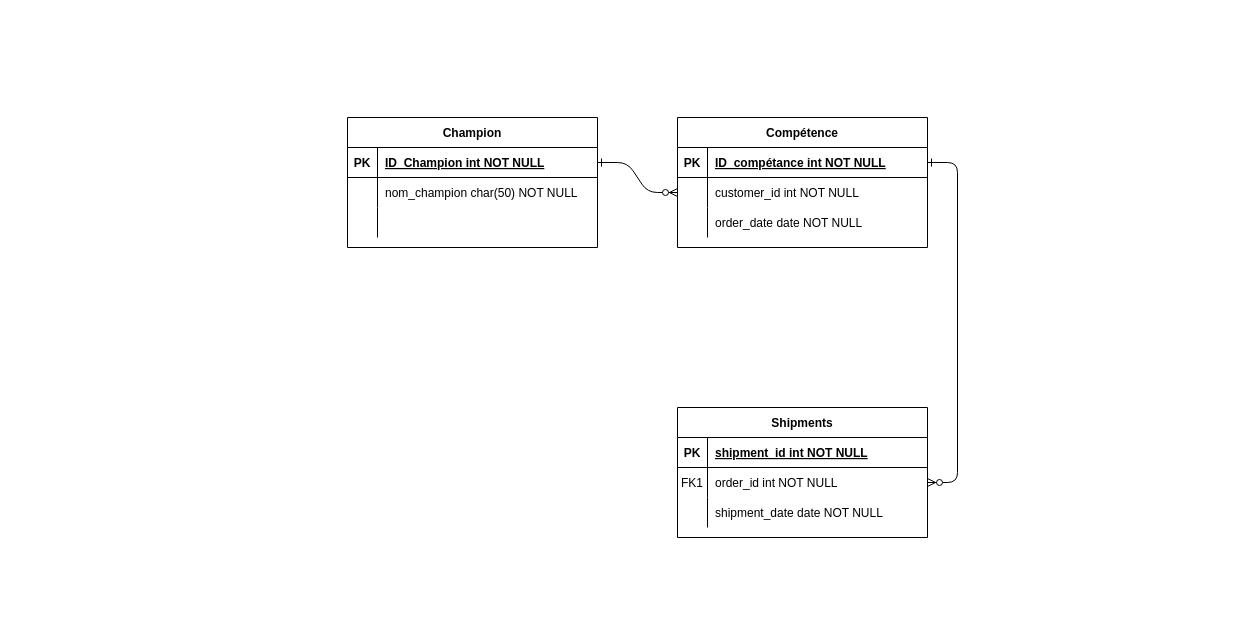
The draw.io diagram MCD_LOLdle_Projet.drawio in CamilleSimon/BTS2-CIEL-IR-MCD-2024-2025, before the edit. Source tidied: cells renumbered, new cells numbered last; positions are measured from the earlier drawing's top-left corner, leaving out a move shared by most shapes. Both pictures are drawn from the tidied source at 100%, with x=0, y=0 at pixel (347, 117).
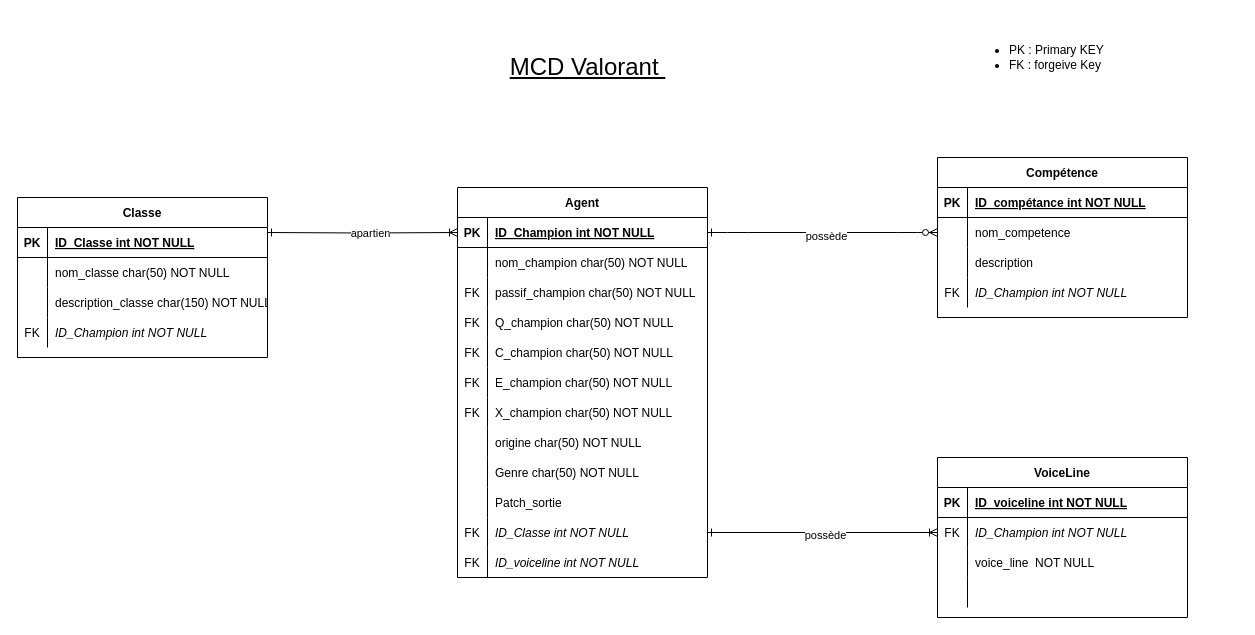
Above is the later version.

Commit message:
Mettre à jour MCD_LOLdle_Projet.drawio

Unchanged cells that the change refers to:
```xml
<mxCell id="2" style="edgeStyle=entityRelationEdgeStyle;endArrow=ERzeroToMany;startArrow=ERone;endFill=1;startFill=0;" parent="1" edge="1" source="25" target="8">
  <mxGeometry relative="1" as="geometry" />
</mxCell>
<mxCell id="5" style="shape=partialRectangle;fillColor=none;points=[[0,0.5],[1,0.5]];portConstraint=eastwest;top=0;left=0;right=0;bottom=1;" parent="4" vertex="1">
  <mxGeometry y="30" width="250" height="30" as="geometry" />
</mxCell>
<mxCell id="8" style="shape=partialRectangle;fillColor=none;points=[[0,0.5],[1,0.5]];portConstraint=eastwest;top=0;left=0;right=0;bottom=0;" parent="4" vertex="1">
  <mxGeometry y="60" width="250" height="30" as="geometry" />
</mxCell>
<mxCell id="11" style="shape=partialRectangle;fillColor=none;top=0;left=0;right=0;bottom=0;" parent="4" vertex="1">
  <mxGeometry y="90" width="250" height="30" as="geometry" />
</mxCell>
<mxCell id="15" style="shape=partialRectangle;fillColor=none;top=0;left=0;right=0;bottom=1;" parent="14" vertex="1">
  <mxGeometry y="30" width="250" height="30" as="geometry" />
</mxCell>
<mxCell id="18" style="shape=partialRectangle;fillColor=none;points=[[0,0.5],[1,0.5]];portConstraint=eastwest;top=0;left=0;right=0;bottom=0;" parent="14" vertex="1">
  <mxGeometry y="60" width="250" height="30" as="geometry" />
</mxCell>
<mxCell id="21" style="shape=partialRectangle;fillColor=none;top=0;left=0;right=0;bottom=0;" parent="14" vertex="1">
  <mxGeometry y="90" width="250" height="30" as="geometry" />
</mxCell>
<mxCell id="25" style="shape=partialRectangle;fillColor=none;points=[[0,0.5],[1,0.5]];portConstraint=eastwest;top=0;left=0;right=0;bottom=1;" parent="24" vertex="1">
  <mxGeometry y="30" width="250" height="30" as="geometry" />
</mxCell>
<mxCell id="31" style="shape=partialRectangle;fillColor=none;top=0;left=0;right=0;bottom=0;" parent="24" vertex="1">
  <mxGeometry y="90" width="250" height="30" as="geometry" />
</mxCell>
```

Diff of the diagram source:
```diff
@@
-    <mxCell id="3" style="edgeStyle=entityRelationEdgeStyle;endArrow=ERzeroToMany;startArrow=ERone;endFill=1;startFill=0;" parent="1" edge="1" source="5" target="18">
-      <mxGeometry relative="1" as="geometry" />
-    </mxCell>
+    <mxCell id="34" value="possède" style="edgeLabel;html=1;align=center;verticalAlign=middle;" parent="2" vertex="1">
+      <mxGeometry x="0.03" y="-3" relative="1" as="geometry" />
+    </mxCell>
     <mxCell id="4" value="Compétence" style="shape=table;startSize=30;childLayout=tableLayout;rowLines=0;fontStyle=1;align=center;" parent="1" vertex="1">
-      <mxGeometry x="330" width="250" height="130" as="geometry" />
+      <mxGeometry x="590" y="40" width="250" height="160" as="geometry" />
     </mxCell>
@@
-    <mxCell id="10" value="customer_id int NOT NULL" style="shape=partialRectangle;overflow=hidden;fillColor=none;top=0;left=0;bottom=0;right=0;align=left;spacingLeft=6;" parent="8" vertex="1">
+    <mxCell id="10" value="nom_competence" style="shape=partialRectangle;overflow=hidden;fillColor=none;top=0;left=0;bottom=0;right=0;align=left;spacingLeft=6;" parent="8" vertex="1">
       <mxGeometry x="30" width="220" height="30" as="geometry" />
     </mxCell>
@@
-    <mxCell id="13" value="order_date date NOT NULL" style="shape=partialRectangle;overflow=hidden;fillColor=none;top=0;left=0;bottom=0;right=0;align=left;spacingLeft=6;" parent="11" vertex="1">
+    <mxCell id="13" value="description" style="shape=partialRectangle;overflow=hidden;fillColor=none;top=0;left=0;bottom=0;right=0;align=left;spacingLeft=6;" parent="11" vertex="1">
       <mxGeometry x="30" width="220" height="30" as="geometry" />
     </mxCell>
+    <mxCell id="35" style="shape=partialRectangle;fillColor=none;top=0;left=0;right=0;bottom=0;" parent="4" vertex="1">
+      <mxGeometry y="120" width="250" height="30" as="geometry" />
+    </mxCell>
+    <mxCell id="36" value="FK" style="shape=partialRectangle;overflow=hidden;fillColor=none;top=0;left=0;bottom=0;right=0;" parent="35" vertex="1">
+      <mxGeometry width="30" height="30" as="geometry" />
+    </mxCell>
+    <mxCell id="37" value="ID_Champion int NOT NULL" style="shape=partialRectangle;overflow=hidden;fillColor=none;top=0;left=0;bottom=0;right=0;align=left;spacingLeft=6;fontStyle=2;" parent="35" vertex="1">
+      <mxGeometry x="30" width="220" height="30" as="geometry" />
+    </mxCell>
-    <mxCell id="14" value="Shipments" style="shape=table;startSize=30;childLayout=tableLayout;rowLines=0;fontStyle=1;align=center;" parent="1" vertex="1">
-      <mxGeometry x="330" y="290" width="250" height="130" as="geometry" />
+    <mxCell id="14" value="VoiceLine" style="shape=table;startSize=30;childLayout=tableLayout;rowLines=0;fontStyle=1;align=center;" parent="1" vertex="1">
+      <mxGeometry x="590" y="340" width="250" height="160" as="geometry" />
     </mxCell>
@@
-    <mxCell id="17" value="shipment_id int NOT NULL " style="shape=partialRectangle;overflow=hidden;fillColor=none;top=0;left=0;bottom=0;right=0;align=left;spacingLeft=6;fontStyle=5;" parent="15" vertex="1">
+    <mxCell id="17" value="ID_voiceline int NOT NULL " style="shape=partialRectangle;overflow=hidden;fillColor=none;top=0;left=0;bottom=0;right=0;align=left;spacingLeft=6;fontStyle=5;" parent="15" vertex="1">
       <mxGeometry x="30" width="220" height="30" as="geometry" />
     </mxCell>
@@
-    <mxCell id="19" value="FK1" style="shape=partialRectangle;overflow=hidden;fillColor=none;top=0;left=0;bottom=0;right=0;" parent="18" vertex="1">
+    <mxCell id="19" value="FK" style="shape=partialRectangle;overflow=hidden;fillColor=none;top=0;left=0;bottom=0;right=0;" parent="18" vertex="1">
       <mxGeometry width="30" height="30" as="geometry" />
     </mxCell>
-    <mxCell id="20" value="order_id int NOT NULL" style="shape=partialRectangle;overflow=hidden;fillColor=none;top=0;left=0;bottom=0;right=0;align=left;spacingLeft=6;" parent="18" vertex="1">
+    <mxCell id="20" value="ID_Champion int NOT NULL" style="shape=partialRectangle;overflow=hidden;fillColor=none;top=0;left=0;bottom=0;right=0;align=left;spacingLeft=6;fontStyle=2;" parent="18" vertex="1">
       <mxGeometry x="30" width="220" height="30" as="geometry" />
     </mxCell>
@@
-    <mxCell id="23" value="shipment_date date NOT NULL" style="shape=partialRectangle;overflow=hidden;fillColor=none;top=0;left=0;bottom=0;right=0;align=left;spacingLeft=6;" parent="21" vertex="1">
+    <mxCell id="23" value="voice_line  NOT NULL" style="shape=partialRectangle;overflow=hidden;fillColor=none;top=0;left=0;bottom=0;right=0;align=left;spacingLeft=6;" parent="21" vertex="1">
       <mxGeometry x="30" width="220" height="30" as="geometry" />
     </mxCell>
+    <mxCell id="38" style="shape=partialRectangle;fillColor=none;top=0;left=0;right=0;bottom=0;" parent="14" vertex="1">
+      <mxGeometry y="120" width="250" height="30" as="geometry" />
+    </mxCell>
+    <mxCell id="39" style="shape=partialRectangle;overflow=hidden;fillColor=none;top=0;left=0;bottom=0;right=0;" parent="38" vertex="1">
+      <mxGeometry width="30" height="30" as="geometry" />
+    </mxCell>
+    <mxCell id="40" style="shape=partialRectangle;overflow=hidden;fillColor=none;top=0;left=0;bottom=0;right=0;align=left;spacingLeft=6;" parent="38" vertex="1">
+      <mxGeometry x="30" width="220" height="30" as="geometry" />
+    </mxCell>
-    <mxCell id="24" value="Champion" style="shape=table;startSize=30;childLayout=tableLayout;rowLines=0;fontStyle=1;align=center;" parent="1" vertex="1">
-      <mxGeometry width="250" height="130" as="geometry" />
+    <mxCell id="24" value="Agent" style="shape=table;startSize=30;childLayout=tableLayout;rowLines=0;fontStyle=1;align=center;" parent="1" vertex="1">
+      <mxGeometry x="110" y="70" width="250" height="390" as="geometry" />
     </mxCell>
@@
-    <mxCell id="32" style="shape=partialRectangle;overflow=hidden;fillColor=none;top=0;left=0;bottom=0;right=0;" parent="31" vertex="1">
+    <mxCell id="32" value="FK" style="shape=partialRectangle;overflow=hidden;fillColor=none;top=0;left=0;bottom=0;right=0;" parent="31" vertex="1">
       <mxGeometry width="30" height="30" as="geometry" />
     </mxCell>
-    <mxCell id="33" style="shape=partialRectangle;overflow=hidden;fillColor=none;top=0;left=0;bottom=0;right=0;align=left;spacingLeft=6;" parent="31" vertex="1">
+    <mxCell id="33" value="passif_champion char(50) NOT NULL" style="shape=partialRectangle;overflow=hidden;fillColor=none;top=0;left=0;bottom=0;right=0;align=left;spacingLeft=6;" parent="31" vertex="1">
       <mxGeometry x="30" width="220" height="30" as="geometry" />
     </mxCell>
+    <mxCell id="41" style="shape=partialRectangle;fillColor=none;top=0;left=0;right=0;bottom=0;" parent="24" vertex="1">
+      <mxGeometry y="120" width="250" height="30" as="geometry" />
+    </mxCell>
+    <mxCell id="42" value="FK" style="shape=partialRectangle;overflow=hidden;fillColor=none;top=0;left=0;bottom=0;right=0;" parent="41" vertex="1">
+      <mxGeometry width="30" height="30" as="geometry" />
+    </mxCell>
+    <mxCell id="43" value="Q_champion char(50) NOT NULL" style="shape=partialRectangle;overflow=hidden;fillColor=none;top=0;left=0;bottom=0;right=0;align=left;spacingLeft=6;" parent="41" vertex="1">
+      <mxGeometry x="30" width="220" height="30" as="geometry" />
+    </mxCell>
+    <mxCell id="44" style="shape=partialRectangle;fillColor=none;top=0;left=0;right=0;bottom=0;" parent="24" vertex="1">
+      <mxGeometry y="150" width="250" height="30" as="geometry" />
+    </mxCell>
+    <mxCell id="45" value="FK" style="shape=partialRectangle;overflow=hidden;fillColor=none;top=0;left=0;bottom=0;right=0;" parent="44" vertex="1">
+      <mxGeometry width="30" height="30" as="geometry" />
+    </mxCell>
+    <mxCell id="46" value="C_champion char(50) NOT NULL" style="shape=partialRectangle;overflow=hidden;fillColor=none;top=0;left=0;bottom=0;right=0;align=left;spacingLeft=6;" parent="44" vertex="1">
+      <mxGeometry x="30" width="220" height="30" as="geometry" />
+    </mxCell>
+    <mxCell id="47" style="shape=partialRectangle;fillColor=none;top=0;left=0;right=0;bottom=0;" parent="24" vertex="1">
+      <mxGeometry y="180" width="250" height="30" as="geometry" />
+    </mxCell>
+    <mxCell id="48" value="FK" style="shape=partialRectangle;overflow=hidden;fillColor=none;top=0;left=0;bottom=0;right=0;" parent="47" vertex="1">
+      <mxGeometry width="30" height="30" as="geometry" />
+    </mxCell>
+    <mxCell id="49" value="E_champion char(50) NOT NULL" style="shape=partialRectangle;overflow=hidden;fillColor=none;top=0;left=0;bottom=0;right=0;align=left;spacingLeft=6;" parent="47" vertex="1">
+      <mxGeometry x="30" width="220" height="30" as="geometry" />
+    </mxCell>
+    <mxCell id="50" style="shape=partialRectangle;fillColor=none;top=0;left=0;right=0;bottom=0;" parent="24" vertex="1">
+      <mxGeometry y="210" width="250" height="30" as="geometry" />
+    </mxCell>
+    <mxCell id="51" value="FK" style="shape=partialRectangle;overflow=hidden;fillColor=none;top=0;left=0;bottom=0;right=0;" parent="50" vertex="1">
+      <mxGeometry width="30" height="30" as="geometry" />
+    </mxCell>
+    <mxCell id="52" value="X_champion char(50) NOT NULL" style="shape=partialRectangle;overflow=hidden;fillColor=none;top=0;left=0;bottom=0;right=0;align=left;spacingLeft=6;" parent="50" vertex="1">
+      <mxGeometry x="30" width="220" height="30" as="geometry" />
+    </mxCell>
+    <mxCell id="53" style="shape=partialRectangle;fillColor=none;top=0;left=0;right=0;bottom=0;" parent="24" vertex="1">
+      <mxGeometry y="240" width="250" height="30" as="geometry" />
+    </mxCell>
+    <mxCell id="54" style="shape=partialRectangle;overflow=hidden;fillColor=none;top=0;left=0;bottom=0;right=0;" parent="53" vertex="1">
+      <mxGeometry width="30" height="30" as="geometry" />
+    </mxCell>
+    <mxCell id="55" value="origine char(50) NOT NULL" style="shape=partialRectangle;overflow=hidden;fillColor=none;top=0;left=0;bottom=0;right=0;align=left;spacingLeft=6;" parent="53" vertex="1">
+      <mxGeometry x="30" width="220" height="30" as="geometry" />
+    </mxCell>
+    <mxCell id="56" style="shape=partialRectangle;fillColor=none;top=0;left=0;right=0;bottom=0;" parent="24" vertex="1">
+      <mxGeometry y="270" width="250" height="30" as="geometry" />
+    </mxCell>
+    <mxCell id="57" style="shape=partialRectangle;overflow=hidden;fillColor=none;top=0;left=0;bottom=0;right=0;" parent="56" vertex="1">
+      <mxGeometry width="30" height="30" as="geometry" />
+    </mxCell>
+    <mxCell id="58" value="Genre char(50) NOT NULL" style="shape=partialRectangle;overflow=hidden;fillColor=none;top=0;left=0;bottom=0;right=0;align=left;spacingLeft=6;" parent="56" vertex="1">
+      <mxGeometry x="30" width="220" height="30" as="geometry" />
+    </mxCell>
+    <mxCell id="59" style="shape=partialRectangle;fillColor=none;top=0;left=0;right=0;bottom=0;" parent="24" vertex="1">
+      <mxGeometry y="300" width="250" height="30" as="geometry" />
+    </mxCell>
+    <mxCell id="60" style="shape=partialRectangle;overflow=hidden;fillColor=none;top=0;left=0;bottom=0;right=0;" parent="59" vertex="1">
+      <mxGeometry width="30" height="30" as="geometry" />
+    </mxCell>
+    <mxCell id="61" value="Patch_sortie" style="shape=partialRectangle;overflow=hidden;fillColor=none;top=0;left=0;bottom=0;right=0;align=left;spacingLeft=6;" parent="59" vertex="1">
+      <mxGeometry x="30" width="220" height="30" as="geometry" />
+    </mxCell>
+    <mxCell id="62" style="shape=partialRectangle;fillColor=none;points=[[0,0.5],[1,0.5]];portConstraint=eastwest;top=0;left=0;right=0;bottom=0;" parent="24" vertex="1">
+      <mxGeometry y="330" width="250" height="30" as="geometry" />
+    </mxCell>
+    <mxCell id="63" value="FK" style="shape=partialRectangle;overflow=hidden;fillColor=none;top=0;left=0;bottom=0;right=0;" parent="62" vertex="1">
+      <mxGeometry width="30" height="30" as="geometry" />
+    </mxCell>
+    <mxCell id="64" value="ID_Classe int NOT NULL" style="shape=partialRectangle;overflow=hidden;fillColor=none;top=0;left=0;bottom=0;right=0;align=left;spacingLeft=6;fontStyle=2;" parent="62" vertex="1">
+      <mxGeometry x="30" width="220" height="30" as="geometry" />
+    </mxCell>
+    <mxCell id="65" style="shape=partialRectangle;fillColor=none;top=0;left=0;right=0;bottom=0;" parent="24" vertex="1">
+      <mxGeometry y="360" width="250" height="30" as="geometry" />
+    </mxCell>
+    <mxCell id="66" value="FK" style="shape=partialRectangle;overflow=hidden;fillColor=none;top=0;left=0;bottom=0;right=0;" parent="65" vertex="1">
+      <mxGeometry width="30" height="30" as="geometry" />
+    </mxCell>
+    <mxCell id="67" value="ID_voiceline int NOT NULL" style="shape=partialRectangle;overflow=hidden;fillColor=none;top=0;left=0;bottom=0;right=0;align=left;spacingLeft=6;fontStyle=2;" parent="65" vertex="1">
+      <mxGeometry x="30" width="220" height="30" as="geometry" />
+    </mxCell>
+    <mxCell id="68" value="Classe" style="shape=table;startSize=30;childLayout=tableLayout;rowLines=0;fontStyle=1;align=center;" parent="1" vertex="1">
+      <mxGeometry x="-330" y="80" width="250" height="160" as="geometry" />
+    </mxCell>
+    <mxCell id="69" style="shape=partialRectangle;fillColor=none;top=0;left=0;right=0;bottom=1;" parent="68" vertex="1">
+      <mxGeometry y="30" width="250" height="30" as="geometry" />
+    </mxCell>
+    <mxCell id="70" value="PK" style="shape=partialRectangle;overflow=hidden;fillColor=none;top=0;left=0;bottom=0;right=0;fontStyle=1;" parent="69" vertex="1">
+      <mxGeometry width="30" height="30" as="geometry" />
+    </mxCell>
+    <mxCell id="71" value="ID_Classe int NOT NULL" style="shape=partialRectangle;overflow=hidden;fillColor=none;top=0;left=0;bottom=0;right=0;align=left;spacingLeft=6;fontStyle=5;" parent="69" vertex="1">
+      <mxGeometry x="30" width="220" height="30" as="geometry" />
+    </mxCell>
+    <mxCell id="72" style="shape=partialRectangle;fillColor=none;top=0;left=0;right=0;bottom=0;" parent="68" vertex="1">
+      <mxGeometry y="60" width="250" height="30" as="geometry" />
+    </mxCell>
+    <mxCell id="73" style="shape=partialRectangle;overflow=hidden;fillColor=none;top=0;left=0;bottom=0;right=0;" parent="72" vertex="1">
+      <mxGeometry width="30" height="30" as="geometry" />
+    </mxCell>
+    <mxCell id="74" value="nom_classe char(50) NOT NULL" style="shape=partialRectangle;overflow=hidden;fillColor=none;top=0;left=0;bottom=0;right=0;align=left;spacingLeft=6;" parent="72" vertex="1">
+      <mxGeometry x="30" width="220" height="30" as="geometry" />
+    </mxCell>
+    <mxCell id="75" style="shape=partialRectangle;fillColor=none;top=0;left=0;right=0;bottom=0;" parent="68" vertex="1">
+      <mxGeometry y="90" width="250" height="30" as="geometry" />
+    </mxCell>
+    <mxCell id="76" style="shape=partialRectangle;overflow=hidden;fillColor=none;top=0;left=0;bottom=0;right=0;" parent="75" vertex="1">
+      <mxGeometry width="30" height="30" as="geometry" />
+    </mxCell>
+    <mxCell id="77" value="description_classe char(150) NOT NULL" style="shape=partialRectangle;overflow=hidden;fillColor=none;top=0;left=0;bottom=0;right=0;align=left;spacingLeft=6;" parent="75" vertex="1">
+      <mxGeometry x="30" width="220" height="30" as="geometry" />
+    </mxCell>
+    <mxCell id="78" style="shape=partialRectangle;fillColor=none;top=0;left=0;right=0;bottom=0;" parent="68" vertex="1">
+      <mxGeometry y="120" width="250" height="30" as="geometry" />
+    </mxCell>
+    <mxCell id="79" value="FK" style="shape=partialRectangle;overflow=hidden;fillColor=none;top=0;left=0;bottom=0;right=0;" parent="78" vertex="1">
+      <mxGeometry width="30" height="30" as="geometry" />
+    </mxCell>
+    <mxCell id="80" value="ID_Champion int NOT NULL" style="shape=partialRectangle;overflow=hidden;fillColor=none;top=0;left=0;bottom=0;right=0;align=left;spacingLeft=6;fontStyle=2;" parent="78" vertex="1">
+      <mxGeometry x="30" width="220" height="30" as="geometry" />
+    </mxCell>
+    <mxCell id="81" style="edgeStyle=orthogonalEdgeStyle;rounded=0;jettySize=auto;html=1;exitX=1;exitY=0.5;exitDx=0;exitDy=0;entryX=0;entryY=0.5;entryDx=0;entryDy=0;startArrow=ERone;startFill=0;endArrow=ERoneToMany;endFill=0;" parent="1" edge="1" target="25">
+      <mxGeometry relative="1" as="geometry">
+        <mxPoint x="-80" y="115" as="sourcePoint" />
+      </mxGeometry>
+    </mxCell>
+    <mxCell id="82" value="apartien" style="edgeLabel;html=1;align=center;verticalAlign=middle;" parent="81" vertex="1">
+      <mxGeometry x="0.08" relative="1" as="geometry" />
+    </mxCell>
+    <mxCell id="83" style="edgeStyle=orthogonalEdgeStyle;rounded=0;jettySize=auto;html=1;exitX=0;exitY=0.5;exitDx=0;exitDy=0;entryX=1;entryY=0.5;entryDx=0;entryDy=0;endArrow=ERone;endFill=0;startArrow=ERoneToMany;startFill=0;" parent="1" edge="1" source="18" target="62">
+      <mxGeometry relative="1" as="geometry" />
+    </mxCell>
+    <mxCell id="84" value="possède" style="edgeLabel;html=1;align=center;verticalAlign=middle;" parent="83" vertex="1">
+      <mxGeometry x="-0.02" y="2" relative="1" as="geometry" />
+    </mxCell>
+    <mxCell id="85" value="&lt;span style=&quot;font-weight: normal;&quot;&gt;&lt;u&gt;MCD Valorant&amp;nbsp;&lt;/u&gt;&lt;/span&gt;" style="text;strokeColor=none;fillColor=none;html=1;fontSize=24;fontStyle=1;verticalAlign=middle;align=center;" parent="1" vertex="1">
+      <mxGeometry x="190" y="-70" width="100" height="40" as="geometry" />
+    </mxCell>
+    <mxCell id="86" value="&lt;ul&gt;&lt;li&gt;PK : Primary KEY&lt;/li&gt;&lt;li&gt;FK : forgeive Key&lt;/li&gt;&lt;/ul&gt;" style="text;strokeColor=none;fillColor=none;html=1;whiteSpace=wrap;verticalAlign=middle;overflow=hidden;" parent="1" vertex="1">
+      <mxGeometry x="620" y="-100" width="270" height="80" as="geometry" />
+    </mxCell>
```
